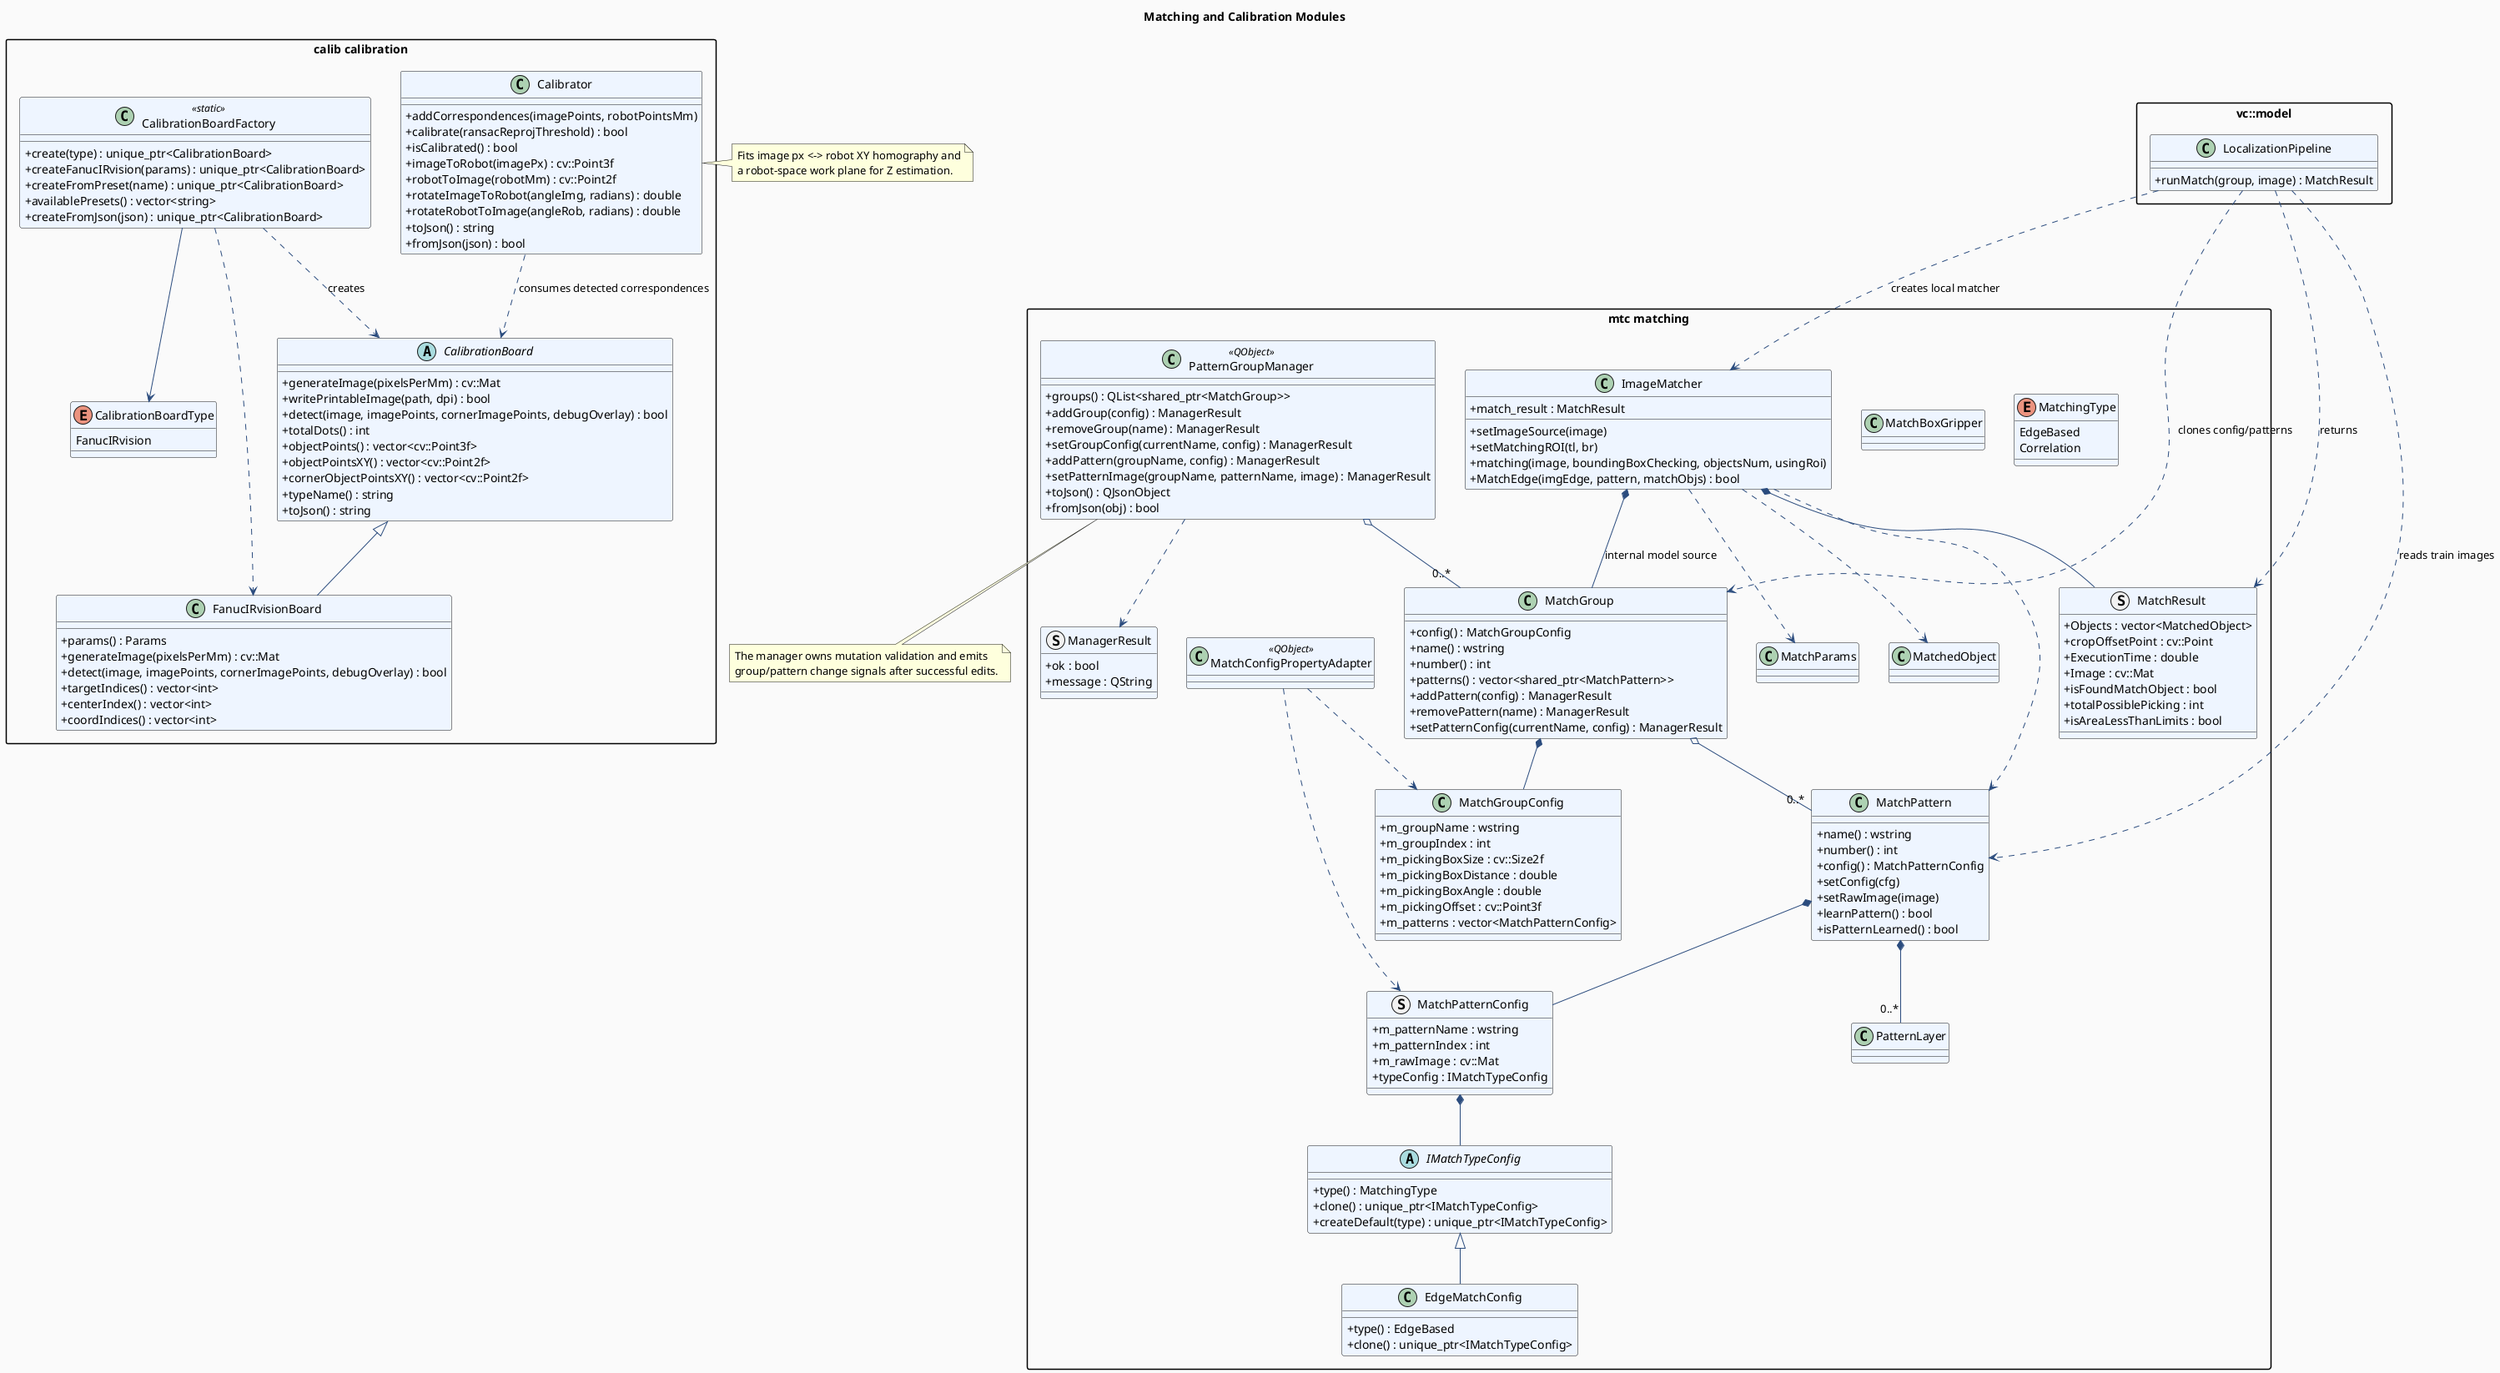
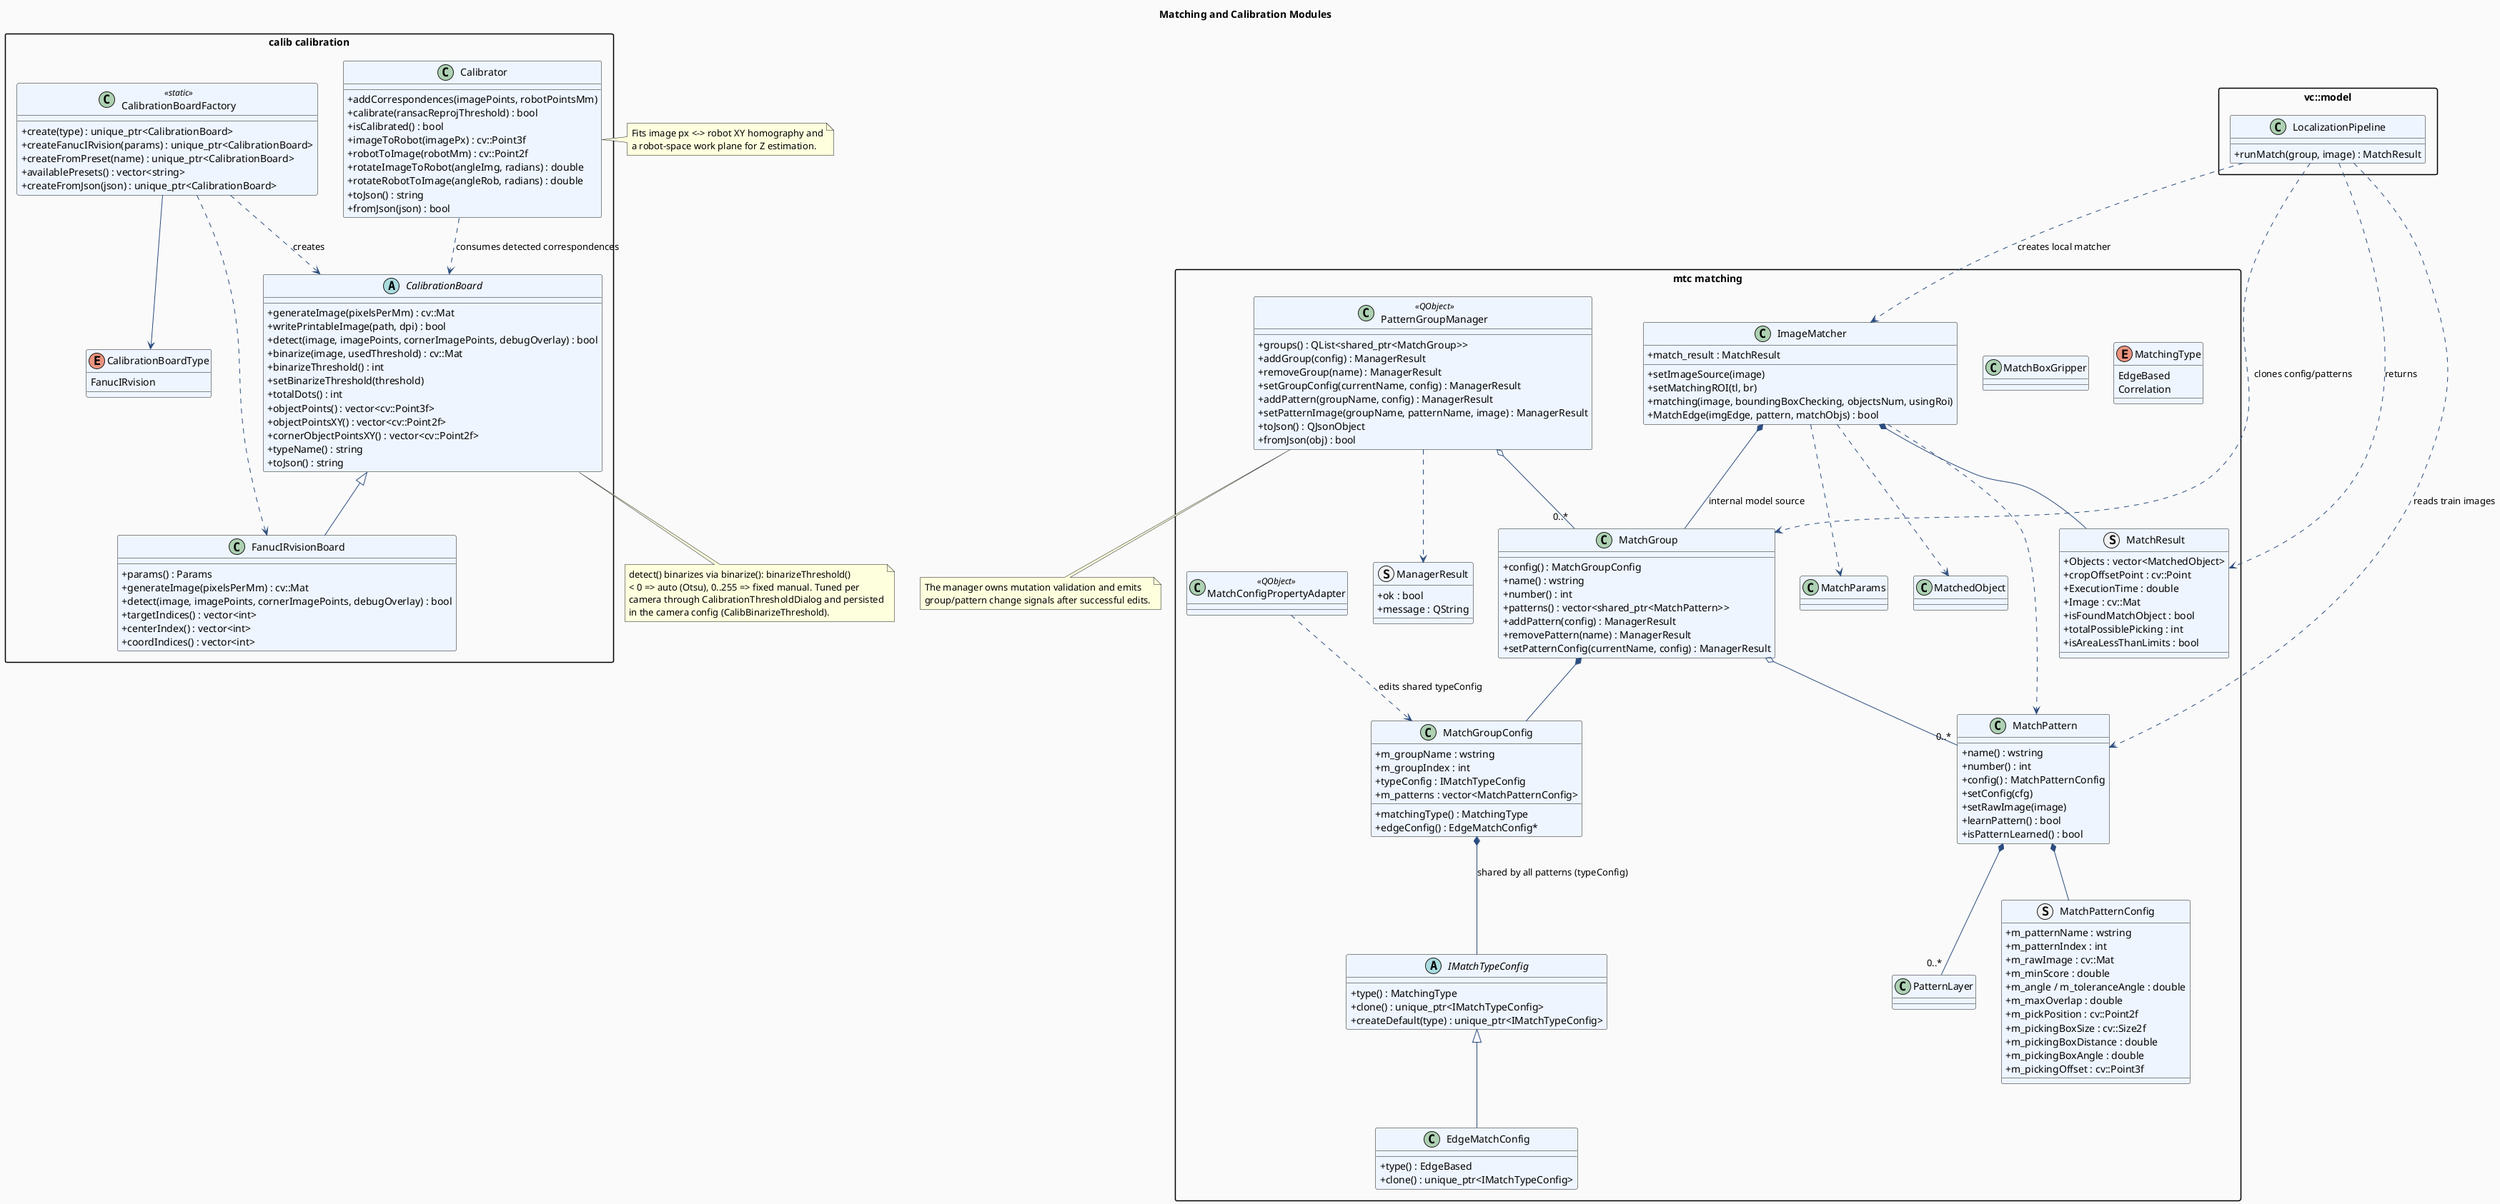
@startuml matching_calibration
title Matching and Calibration Modules

skinparam backgroundColor #FAFAFA
skinparam shadowing false
skinparam classAttributeIconSize 0
skinparam packageStyle rectangle
skinparam ArrowColor #2B4C7E
skinparam ClassBackgroundColor #EEF5FF

package "mtc matching" {
  enum MatchingType {
    EdgeBased
    Correlation
  }

  struct ManagerResult {
    +ok : bool
    +message : QString
  }

  abstract class IMatchTypeConfig {
    +type() : MatchingType
    +clone() : unique_ptr<IMatchTypeConfig>
    +createDefault(type) : unique_ptr<IMatchTypeConfig>
  }

  class EdgeMatchConfig {
    +type() : EdgeBased
    +clone() : unique_ptr<IMatchTypeConfig>
  }

  struct MatchPatternConfig {
    +m_patternName : wstring
    +m_patternIndex : int
    +m_rawImage : cv::Mat
-     +typeConfig : IMatchTypeConfig
+     +m_minScore : double
+     +m_angle / m_toleranceAngle : double
+     +m_maxOverlap : double
+     +m_pickPosition : cv::Point2f
+     +m_pickingBoxSize : cv::Size2f
+     +m_pickingBoxDistance : double
+     +m_pickingBoxAngle : double
+     +m_pickingOffset : cv::Point3f
  }

  class PatternLayer
  class MatchParams
  class MatchedObject
  class MatchBoxGripper

  class MatchPattern {
    +name() : wstring
    +number() : int
    +config() : MatchPatternConfig
    +setConfig(cfg)
    +setRawImage(image)
    +learnPattern() : bool
    +isPatternLearned() : bool
  }

  class MatchGroupConfig {
    +m_groupName : wstring
    +m_groupIndex : int
-     +m_pickingBoxSize : cv::Size2f
-     +m_pickingBoxDistance : double
-     +m_pickingBoxAngle : double
-     +m_pickingOffset : cv::Point3f
+     +typeConfig : IMatchTypeConfig
+     +matchingType() : MatchingType
+     +edgeConfig() : EdgeMatchConfig*
    +m_patterns : vector<MatchPatternConfig>
  }

  class MatchGroup {
    +config() : MatchGroupConfig
    +name() : wstring
    +number() : int
    +patterns() : vector<shared_ptr<MatchPattern>>
    +addPattern(config) : ManagerResult
    +removePattern(name) : ManagerResult
    +setPatternConfig(currentName, config) : ManagerResult
  }

  class PatternGroupManager <<QObject>> {
    +groups() : QList<shared_ptr<MatchGroup>>
    +addGroup(config) : ManagerResult
    +removeGroup(name) : ManagerResult
    +setGroupConfig(currentName, config) : ManagerResult
    +addPattern(groupName, config) : ManagerResult
    +setPatternImage(groupName, patternName, image) : ManagerResult
    +toJson() : QJsonObject
    +fromJson(obj) : bool
  }

  struct MatchResult {
    +Objects : vector<MatchedObject>
    +cropOffsetPoint : cv::Point
    +ExecutionTime : double
    +Image : cv::Mat
    +isFoundMatchObject : bool
    +totalPossiblePicking : int
    +isAreaLessThanLimits : bool
  }

  class ImageMatcher {
    +setImageSource(image)
    +setMatchingROI(tl, br)
    +matching(image, boundingBoxChecking, objectsNum, usingRoi)
    +MatchEdge(imgEdge, pattern, matchObjs) : bool
    +match_result : MatchResult
  }

  class MatchConfigPropertyAdapter <<QObject>>
}

package "vc::model" {
  class LocalizationPipeline {
    +runMatch(group, image) : MatchResult
  }
}

package "calib calibration" {
  abstract class CalibrationBoard {
    +generateImage(pixelsPerMm) : cv::Mat
    +writePrintableImage(path, dpi) : bool
    +detect(image, imagePoints, cornerImagePoints, debugOverlay) : bool
+     +binarize(image, usedThreshold) : cv::Mat
+     +binarizeThreshold() : int
+     +setBinarizeThreshold(threshold)
    +totalDots() : int
    +objectPoints() : vector<cv::Point3f>
    +objectPointsXY() : vector<cv::Point2f>
    +cornerObjectPointsXY() : vector<cv::Point2f>
    +typeName() : string
    +toJson() : string
  }

  class FanucIRvisionBoard {
    +params() : Params
    +generateImage(pixelsPerMm) : cv::Mat
    +detect(image, imagePoints, cornerImagePoints, debugOverlay) : bool
    +targetIndices() : vector<int>
    +centerIndex() : vector<int>
    +coordIndices() : vector<int>
  }

  class CalibrationBoardFactory <<static>> {
    +create(type) : unique_ptr<CalibrationBoard>
    +createFanucIRvision(params) : unique_ptr<CalibrationBoard>
    +createFromPreset(name) : unique_ptr<CalibrationBoard>
    +availablePresets() : vector<string>
    +createFromJson(json) : unique_ptr<CalibrationBoard>
  }

  class Calibrator {
    +addCorrespondences(imagePoints, robotPointsMm)
    +calibrate(ransacReprojThreshold) : bool
    +isCalibrated() : bool
    +imageToRobot(imagePx) : cv::Point3f
    +robotToImage(robotMm) : cv::Point2f
    +rotateImageToRobot(angleImg, radians) : double
    +rotateRobotToImage(angleRob, radians) : double
    +toJson() : string
    +fromJson(json) : bool
  }

  enum CalibrationBoardType {
    FanucIRvision
  }
}

IMatchTypeConfig <|-- EdgeMatchConfig
- MatchPatternConfig *-- IMatchTypeConfig
+ MatchGroupConfig *-- IMatchTypeConfig : shared by all patterns (typeConfig)
MatchPattern *-- MatchPatternConfig
MatchPattern *-- "0..*" PatternLayer
MatchGroup *-- MatchGroupConfig
MatchGroup o-- "0..*" MatchPattern
PatternGroupManager o-- "0..*" MatchGroup
PatternGroupManager ..> ManagerResult

ImageMatcher *-- MatchGroup : internal model source
ImageMatcher *-- MatchResult
ImageMatcher ..> MatchPattern
ImageMatcher ..> MatchParams
ImageMatcher ..> MatchedObject

LocalizationPipeline ..> MatchGroup : clones config/patterns
LocalizationPipeline ..> MatchPattern : reads train images
LocalizationPipeline ..> ImageMatcher : creates local matcher
LocalizationPipeline ..> MatchResult : returns

- MatchConfigPropertyAdapter ..> MatchPatternConfig
- MatchConfigPropertyAdapter ..> MatchGroupConfig
+ MatchConfigPropertyAdapter ..> MatchGroupConfig : edits shared typeConfig

CalibrationBoard <|-- FanucIRvisionBoard
CalibrationBoardFactory ..> CalibrationBoard : creates
CalibrationBoardFactory ..> FanucIRvisionBoard
CalibrationBoardFactory --> CalibrationBoardType
Calibrator ..> CalibrationBoard : consumes detected correspondences

note right of Calibrator
  Fits image px <-> robot XY homography and
  a robot-space work plane for Z estimation.
end note

+ note bottom of CalibrationBoard
+   detect() binarizes via binarize(): binarizeThreshold()
+   < 0 => auto (Otsu), 0..255 => fixed manual. Tuned per
+   camera through CalibrationThresholdDialog and persisted
+   in the camera config (CalibBinarizeThreshold).
+ end note
+ 
note bottom of PatternGroupManager
  The manager owns mutation validation and emits
  group/pattern change signals after successful edits.
end note

@enduml
